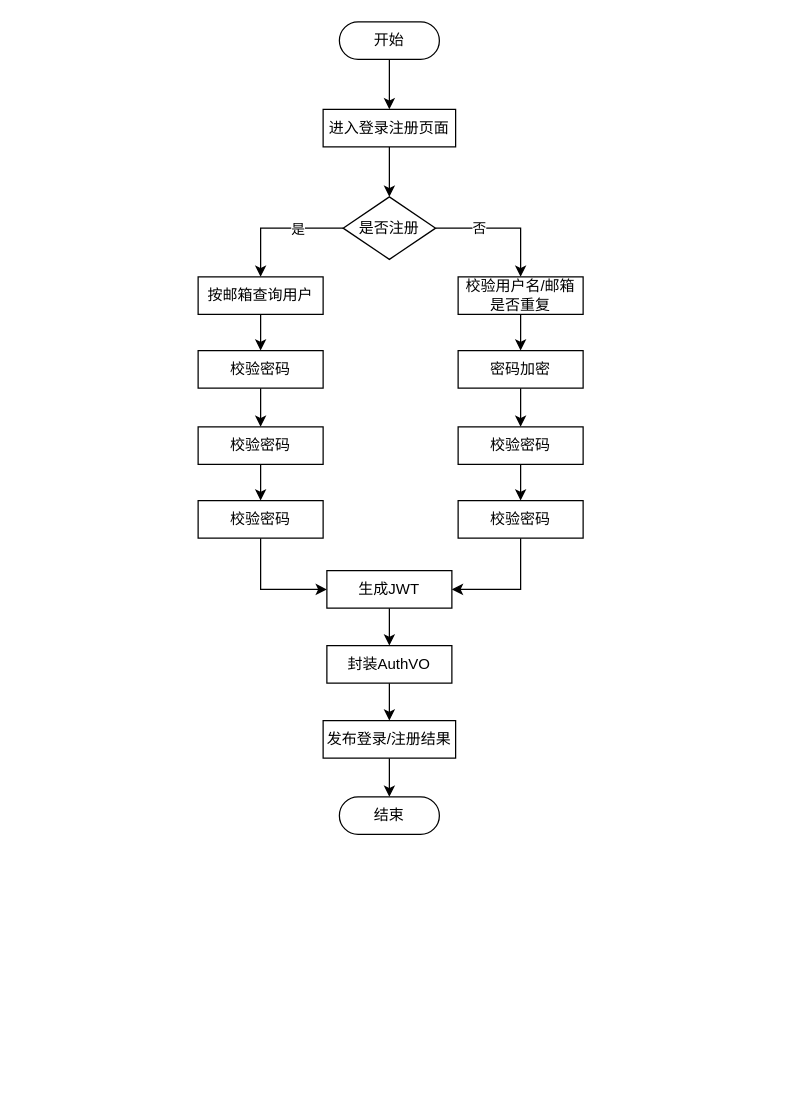
Earlier version of the draw.io diagram page "用户登录注册流程图" (7 of 13) of 题库E-R.drawio (ChenLiheng/question-project). Source tidied: cells renumbered, new cells numbered last; positions are measured from the earlier drawing's top-left corner, leaving out a move shared by most shapes. Both pictures are drawn from the tidied source at 125%, with x=0, y=0 at pixel (198, 21).
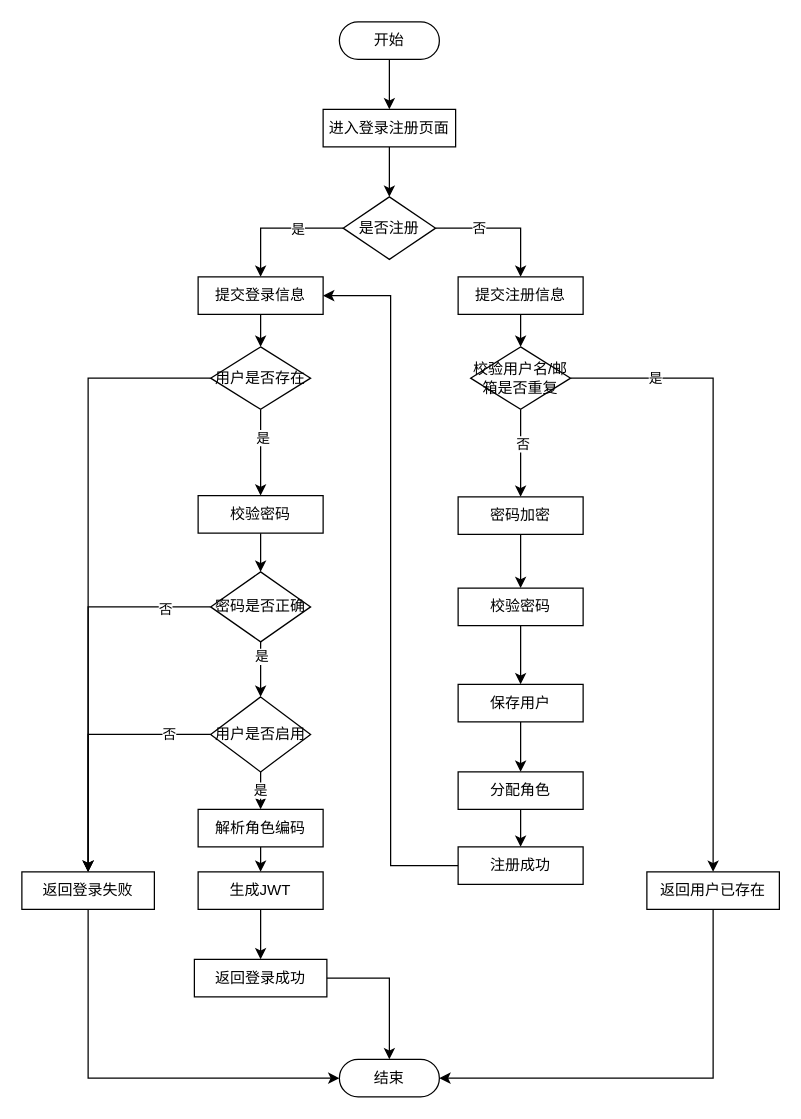
Above is the later version.

The edit, as a diff of the source:
```diff
@@
     <mxCell id="4" value="结束" style="html=1;dashed=0;whiteSpace=wrap;shape=mxgraph.dfd.start;" parent="1" vertex="1">
-      <mxGeometry x="113" y="620" width="80" height="30" as="geometry" />
+      <mxGeometry x="113" y="830" width="80" height="30" as="geometry" />
     </mxCell>
@@
-    <mxCell id="12" style="edgeStyle=orthogonalEdgeStyle;rounded=0;jettySize=auto;html=1;" parent="1" edge="1" source="13" target="17">
-      <mxGeometry relative="1" as="geometry" />
-    </mxCell>
+    <mxCell id="34" style="edgeStyle=orthogonalEdgeStyle;rounded=0;jettySize=auto;html=1;" parent="1" edge="1" source="13" target="43">
+      <mxGeometry relative="1" as="geometry" />
+    </mxCell>
-    <mxCell id="13" value="按邮箱查询用户" style="html=1;dashed=0;whiteSpace=wrap;" parent="1" vertex="1">
+    <mxCell id="13" value="提交登录信息" style="html=1;dashed=0;whiteSpace=wrap;" parent="1" vertex="1">
       <mxGeometry y="204" width="100" height="30" as="geometry" />
     </mxCell>
-    <mxCell id="14" style="edgeStyle=orthogonalEdgeStyle;rounded=0;jettySize=auto;html=1;exitX=0.5;exitY=1;exitDx=0;exitDy=0;" parent="1" edge="1" source="15" target="19">
-      <mxGeometry relative="1" as="geometry" />
-    </mxCell>
+    <mxCell id="35" style="edgeStyle=orthogonalEdgeStyle;rounded=0;jettySize=auto;html=1;" parent="1" edge="1" source="15" target="59">
+      <mxGeometry relative="1" as="geometry" />
+    </mxCell>
-    <mxCell id="15" value="校验用户名/邮箱是否重复" style="html=1;dashed=0;whiteSpace=wrap;" parent="1" vertex="1">
+    <mxCell id="15" value="提交注册信息" style="html=1;dashed=0;whiteSpace=wrap;" parent="1" vertex="1">
       <mxGeometry x="208" y="204" width="100" height="30" as="geometry" />
     </mxCell>
-    <mxCell id="16" style="edgeStyle=orthogonalEdgeStyle;rounded=0;jettySize=auto;html=1;exitX=0.5;exitY=1;exitDx=0;exitDy=0;entryX=0.5;entryY=0;entryDx=0;entryDy=0;" parent="1" edge="1" source="17" target="21">
-      <mxGeometry relative="1" as="geometry" />
-    </mxCell>
+    <mxCell id="36" style="edgeStyle=orthogonalEdgeStyle;rounded=0;jettySize=auto;html=1;" parent="1" edge="1" source="17" target="50">
+      <mxGeometry relative="1" as="geometry" />
+    </mxCell>
     <mxCell id="17" value="校验密码" style="html=1;dashed=0;whiteSpace=wrap;" parent="1" vertex="1">
-      <mxGeometry y="263" width="100" height="30" as="geometry" />
+      <mxGeometry y="379" width="100" height="30" as="geometry" />
     </mxCell>
-    <mxCell id="18" style="edgeStyle=orthogonalEdgeStyle;rounded=0;jettySize=auto;html=1;exitX=0.5;exitY=1;exitDx=0;exitDy=0;entryX=0.5;entryY=0;entryDx=0;entryDy=0;" parent="1" edge="1" source="19" target="23">
-      <mxGeometry relative="1" as="geometry" />
-    </mxCell>
-    <mxCell id="19" value="密码加密" style="html=1;dashed=0;whiteSpace=wrap;" parent="1" vertex="1">
-      <mxGeometry x="208" y="263" width="100" height="30" as="geometry" />
-    </mxCell>
-    <mxCell id="20" style="edgeStyle=orthogonalEdgeStyle;rounded=0;jettySize=auto;html=1;exitX=0.5;exitY=1;exitDx=0;exitDy=0;entryX=0.5;entryY=0;entryDx=0;entryDy=0;" parent="1" edge="1" source="21" target="25">
-      <mxGeometry relative="1" as="geometry" />
-    </mxCell>
+    <mxCell id="37" style="edgeStyle=orthogonalEdgeStyle;rounded=0;jettySize=auto;html=1;exitX=0.5;exitY=1;exitDx=0;exitDy=0;entryX=0.5;entryY=0;entryDx=0;entryDy=0;" parent="1" edge="1" source="21" target="29">
+      <mxGeometry relative="1" as="geometry" />
+    </mxCell>
-    <mxCell id="21" value="校验密码" style="html=1;dashed=0;whiteSpace=wrap;" parent="1" vertex="1">
-      <mxGeometry y="324" width="100" height="30" as="geometry" />
+    <mxCell id="21" value="解析角色编码" style="html=1;dashed=0;whiteSpace=wrap;" parent="1" vertex="1">
+      <mxGeometry y="630" width="100" height="30" as="geometry" />
     </mxCell>
@@
-    <mxCell id="23" value="校验密码" style="html=1;dashed=0;whiteSpace=wrap;" parent="1" vertex="1">
-      <mxGeometry x="208" y="324" width="100" height="30" as="geometry" />
+    <mxCell id="23" value="密码加密" style="html=1;dashed=0;whiteSpace=wrap;" parent="1" vertex="1">
+      <mxGeometry x="208" y="380" width="100" height="30" as="geometry" />
     </mxCell>
-    <mxCell id="24" style="edgeStyle=orthogonalEdgeStyle;rounded=0;jettySize=auto;html=1;exitX=0.5;exitY=1;exitDx=0;exitDy=0;entryX=0;entryY=0.5;entryDx=0;entryDy=0;" parent="1" edge="1" source="25" target="29">
-      <mxGeometry relative="1" as="geometry" />
-    </mxCell>
-    <mxCell id="25" value="校验密码" style="html=1;dashed=0;whiteSpace=wrap;" parent="1" vertex="1">
-      <mxGeometry y="383" width="100" height="30" as="geometry" />
-    </mxCell>
-    <mxCell id="26" style="edgeStyle=orthogonalEdgeStyle;rounded=0;jettySize=auto;html=1;exitX=0.5;exitY=1;exitDx=0;exitDy=0;entryX=1;entryY=0.5;entryDx=0;entryDy=0;" parent="1" edge="1" source="27" target="29">
-      <mxGeometry relative="1" as="geometry" />
-    </mxCell>
+    <mxCell id="38" style="edgeStyle=orthogonalEdgeStyle;rounded=0;jettySize=auto;html=1;exitX=0.5;exitY=1;exitDx=0;exitDy=0;entryX=0.5;entryY=0;entryDx=0;entryDy=0;" parent="1" edge="1" source="27" target="63">
+      <mxGeometry relative="1" as="geometry" />
+    </mxCell>
     <mxCell id="27" value="校验密码" style="html=1;dashed=0;whiteSpace=wrap;" parent="1" vertex="1">
-      <mxGeometry x="208" y="383" width="100" height="30" as="geometry" />
+      <mxGeometry x="208" y="453" width="100" height="30" as="geometry" />
     </mxCell>
-    <mxCell id="28" style="edgeStyle=orthogonalEdgeStyle;rounded=0;jettySize=auto;html=1;exitX=0.5;exitY=1;exitDx=0;exitDy=0;" parent="1" edge="1" source="29" target="31">
-      <mxGeometry relative="1" as="geometry" />
-    </mxCell>
+    <mxCell id="39" style="edgeStyle=orthogonalEdgeStyle;rounded=0;jettySize=auto;html=1;exitX=0.5;exitY=1;exitDx=0;exitDy=0;" parent="1" edge="1" source="29" target="33">
+      <mxGeometry relative="1" as="geometry" />
+    </mxCell>
     <mxCell id="29" value="生成JWT" style="html=1;dashed=0;whiteSpace=wrap;" parent="1" vertex="1">
-      <mxGeometry x="103" y="439" width="100" height="30" as="geometry" />
+      <mxGeometry y="680" width="100" height="30" as="geometry" />
     </mxCell>
-    <mxCell id="30" style="edgeStyle=orthogonalEdgeStyle;rounded=0;jettySize=auto;html=1;exitX=0.5;exitY=1;exitDx=0;exitDy=0;" parent="1" edge="1" source="31" target="33">
-      <mxGeometry relative="1" as="geometry" />
-    </mxCell>
-    <mxCell id="31" value="封装AuthVO" style="html=1;dashed=0;whiteSpace=wrap;" parent="1" vertex="1">
-      <mxGeometry x="103" y="499" width="100" height="30" as="geometry" />
-    </mxCell>
+    <mxCell id="33" value="返回登录成功" style="html=1;dashed=0;whiteSpace=wrap;" parent="1" vertex="1">
+      <mxGeometry x="-3" y="750" width="106" height="30" as="geometry" />
+    </mxCell>
+    <mxCell id="40" style="edgeStyle=orthogonalEdgeStyle;rounded=0;jettySize=auto;html=1;exitX=0.5;exitY=1;exitDx=0;exitDy=0;entryX=0.5;entryY=0;entryDx=0;entryDy=0;" parent="1" edge="1" source="43" target="17">
+      <mxGeometry relative="1" as="geometry" />
+    </mxCell>
+    <mxCell id="41" value="是" style="edgeLabel;html=1;align=center;verticalAlign=middle;" parent="40" vertex="1">
+      <mxGeometry x="-0.36" y="1" relative="1" as="geometry" />
+    </mxCell>
+    <mxCell id="42" style="edgeStyle=orthogonalEdgeStyle;rounded=0;jettySize=auto;html=1;exitX=0;exitY=0.5;exitDx=0;exitDy=0;entryX=0.5;entryY=0;entryDx=0;entryDy=0;" parent="1" edge="1" source="43" target="44">
+      <mxGeometry relative="1" as="geometry" />
+    </mxCell>
+    <mxCell id="43" value="用户是否存在" style="rhombus;whiteSpace=wrap;html=1;dashed=0;" parent="1" vertex="1">
+      <mxGeometry x="10" y="260" width="80" height="50" as="geometry" />
+    </mxCell>
+    <mxCell id="44" value="返回登录失败" style="html=1;dashed=0;whiteSpace=wrap;" parent="1" vertex="1">
+      <mxGeometry x="-141" y="680" width="106" height="30" as="geometry" />
+    </mxCell>
+    <mxCell id="45" style="edgeStyle=orthogonalEdgeStyle;rounded=0;jettySize=auto;html=1;exitX=0.5;exitY=1;exitDx=0;exitDy=0;entryX=0;entryY=0.5;entryDx=0;entryDy=0;entryPerimeter=0;" parent="1" edge="1" source="44" target="4">
+      <mxGeometry relative="1" as="geometry" />
+    </mxCell>
+    <mxCell id="46" style="edgeStyle=orthogonalEdgeStyle;rounded=0;jettySize=auto;html=1;exitX=0;exitY=0.5;exitDx=0;exitDy=0;entryX=0.5;entryY=0;entryDx=0;entryDy=0;" parent="1" edge="1" source="50" target="44">
+      <mxGeometry relative="1" as="geometry" />
+    </mxCell>
+    <mxCell id="47" value="否" style="edgeLabel;html=1;align=center;verticalAlign=middle;" parent="46" vertex="1">
+      <mxGeometry x="-0.76" y="1" relative="1" as="geometry" />
+    </mxCell>
+    <mxCell id="48" style="edgeStyle=orthogonalEdgeStyle;rounded=0;jettySize=auto;html=1;exitX=0.5;exitY=1;exitDx=0;exitDy=0;entryX=0.5;entryY=0;entryDx=0;entryDy=0;" parent="1" edge="1" source="50" target="54">
+      <mxGeometry relative="1" as="geometry" />
+    </mxCell>
+    <mxCell id="49" value="是" style="edgeLabel;html=1;align=center;verticalAlign=middle;" parent="48" vertex="1">
+      <mxGeometry x="-0.5" relative="1" as="geometry" />
+    </mxCell>
+    <mxCell id="50" value="密码是否正确" style="rhombus;whiteSpace=wrap;html=1;dashed=0;" parent="1" vertex="1">
+      <mxGeometry x="10" y="440" width="80" height="56" as="geometry" />
+    </mxCell>
+    <mxCell id="51" style="edgeStyle=orthogonalEdgeStyle;rounded=0;jettySize=auto;html=1;exitX=0;exitY=0.5;exitDx=0;exitDy=0;entryX=0.5;entryY=0;entryDx=0;entryDy=0;" parent="1" edge="1" source="54" target="44">
+      <mxGeometry relative="1" as="geometry" />
+    </mxCell>
+    <mxCell id="52" value="否" style="edgeLabel;html=1;align=center;verticalAlign=middle;" parent="51" vertex="1">
+      <mxGeometry x="-0.67" y="-1" relative="1" as="geometry" />
+    </mxCell>
+    <mxCell id="53" value="是" style="edgeStyle=orthogonalEdgeStyle;rounded=0;jettySize=auto;html=1;exitX=0.5;exitY=1;exitDx=0;exitDy=0;entryX=0.5;entryY=0;entryDx=0;entryDy=0;" parent="1" edge="1" source="54" target="21">
+      <mxGeometry relative="1" as="geometry" />
+    </mxCell>
+    <mxCell id="54" value="用户是否启用" style="rhombus;whiteSpace=wrap;html=1;dashed=0;" parent="1" vertex="1">
+      <mxGeometry x="10" y="540" width="80" height="60" as="geometry" />
+    </mxCell>
+    <mxCell id="55" style="edgeStyle=orthogonalEdgeStyle;rounded=0;jettySize=auto;html=1;exitX=0.5;exitY=1;exitDx=0;exitDy=0;entryX=0.5;entryY=0;entryDx=0;entryDy=0;" parent="1" edge="1" source="59" target="23">
+      <mxGeometry relative="1" as="geometry" />
+    </mxCell>
+    <mxCell id="56" value="否" style="edgeLabel;html=1;align=center;verticalAlign=middle;" parent="55" vertex="1">
+      <mxGeometry x="-0.23" y="1" relative="1" as="geometry" />
+    </mxCell>
+    <mxCell id="57" style="edgeStyle=orthogonalEdgeStyle;rounded=0;jettySize=auto;html=1;exitX=1;exitY=0.5;exitDx=0;exitDy=0;" parent="1" edge="1" source="59" target="60">
+      <mxGeometry relative="1" as="geometry" />
+    </mxCell>
+    <mxCell id="58" value="是" style="edgeLabel;html=1;align=center;verticalAlign=middle;" parent="57" vertex="1">
+      <mxGeometry x="-0.74" y="1" relative="1" as="geometry">
+        <mxPoint x="1" as="offset" />
+      </mxGeometry>
+    </mxCell>
+    <mxCell id="59" value="校验用户名/邮箱是否重复" style="rhombus;whiteSpace=wrap;html=1;dashed=0;" parent="1" vertex="1">
+      <mxGeometry x="218" y="260" width="80" height="50" as="geometry" />
+    </mxCell>
+    <mxCell id="60" value="返回用户已存在" style="html=1;dashed=0;whiteSpace=wrap;" parent="1" vertex="1">
+      <mxGeometry x="359" y="680" width="106" height="30" as="geometry" />
+    </mxCell>
+    <mxCell id="61" style="edgeStyle=orthogonalEdgeStyle;rounded=0;jettySize=auto;html=1;exitX=0.5;exitY=1;exitDx=0;exitDy=0;entryX=1;entryY=0.5;entryDx=0;entryDy=0;entryPerimeter=0;" parent="1" edge="1" source="60" target="4">
+      <mxGeometry relative="1" as="geometry" />
+    </mxCell>
+    <mxCell id="62" style="edgeStyle=orthogonalEdgeStyle;rounded=0;jettySize=auto;html=1;exitX=0.5;exitY=1;exitDx=0;exitDy=0;entryX=0.5;entryY=0;entryDx=0;entryDy=0;" parent="1" edge="1" source="63" target="65">
+      <mxGeometry relative="1" as="geometry" />
+    </mxCell>
+    <mxCell id="63" value="保存用户" style="html=1;dashed=0;whiteSpace=wrap;" parent="1" vertex="1">
+      <mxGeometry x="208" y="530" width="100" height="30" as="geometry" />
+    </mxCell>
+    <mxCell id="64" style="edgeStyle=orthogonalEdgeStyle;rounded=0;jettySize=auto;html=1;exitX=0.5;exitY=1;exitDx=0;exitDy=0;entryX=0.5;entryY=0;entryDx=0;entryDy=0;" parent="1" edge="1" source="65" target="67">
+      <mxGeometry relative="1" as="geometry" />
+    </mxCell>
+    <mxCell id="65" value="分配角色" style="html=1;dashed=0;whiteSpace=wrap;" parent="1" vertex="1">
+      <mxGeometry x="208" y="600" width="100" height="30" as="geometry" />
+    </mxCell>
+    <mxCell id="66" style="edgeStyle=orthogonalEdgeStyle;rounded=0;jettySize=auto;html=1;exitX=0;exitY=0.5;exitDx=0;exitDy=0;entryX=1;entryY=0.5;entryDx=0;entryDy=0;" parent="1" edge="1" source="67" target="13">
+      <mxGeometry relative="1" as="geometry" />
+    </mxCell>
+    <mxCell id="67" value="注册成功" style="html=1;dashed=0;whiteSpace=wrap;" parent="1" vertex="1">
+      <mxGeometry x="208" y="660" width="100" height="30" as="geometry" />
+    </mxCell>
-    <mxCell id="32" style="edgeStyle=orthogonalEdgeStyle;rounded=0;jettySize=auto;html=1;exitX=0.5;exitY=1;exitDx=0;exitDy=0;" parent="1" edge="1" source="33" target="4">
+    <mxCell id="32" style="edgeStyle=orthogonalEdgeStyle;rounded=0;jettySize=auto;html=1;exitX=1;exitY=0.5;exitDx=0;exitDy=0;entryX=0.5;entryY=0.5;entryDx=0;entryDy=-15;entryPerimeter=0;" parent="1" edge="1" source="33" target="4">
       <mxGeometry relative="1" as="geometry" />
     </mxCell>
-    <mxCell id="33" value="发布登录/注册结果" style="html=1;dashed=0;whiteSpace=wrap;" parent="1" vertex="1">
-      <mxGeometry x="100" y="559" width="106" height="30" as="geometry" />
-    </mxCell>
```
